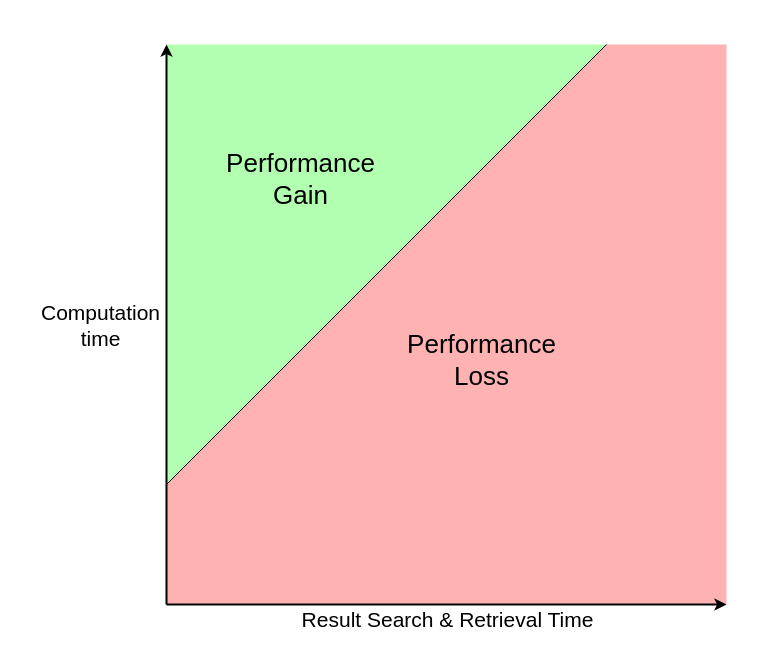
Before: 제목 없는 다이어그램.drawio in rladbtls1998/public_temp, a draw.io diagram. Source tidied: cells renumbered, new cells numbered last; positions are measured from the earlier drawing's top-left corner, leaving out a move shared by most shapes. Both pictures are drawn from the tidied source at 100%, with x=0, y=0 at pixel (166, 44).
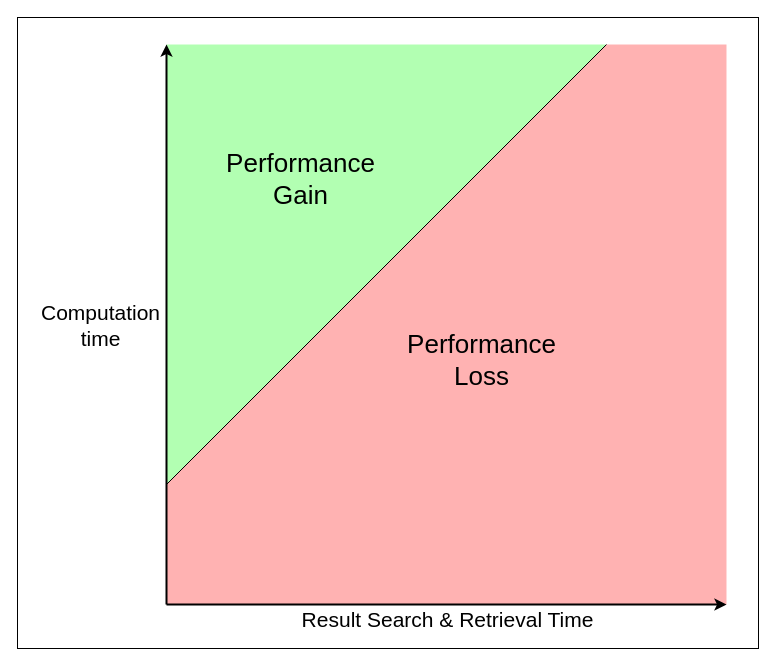
The same page after the edit.

Commit message (it also covers changes not shown here):
제목 없는 다이어그램.drawio 업데이트

Change to the diagram source:
```diff
@@
 <mxGraphModel>
   <root>
     <mxCell id="0" />
     <mxCell id="1" parent="0" />
+    <mxCell id="11" style="rounded=0;whiteSpace=wrap;html=1;" parent="1" vertex="1">
+      <mxGeometry x="-149" y="-27" width="741" height="631" as="geometry" />
+    </mxCell>
     <mxCell id="2" style="shape=card;whiteSpace=wrap;html=1;size=440;strokeColor=none;fillColor=#FF0000;opacity=30;" parent="1" vertex="1">
       <mxGeometry width="560" height="560" as="geometry" />
     </mxCell>
     <mxCell id="3" style="shape=manualInput;whiteSpace=wrap;html=1;size=440;rotation=-180;strokeColor=none;fillColor=#00FF00;opacity=30;" parent="1" vertex="1">
       <mxGeometry width="440" height="440" as="geometry" />
     </mxCell>
     <mxCell id="4" style="endArrow=classic;html=1;rounded=0;endFill=1;strokeWidth=2;" parent="1" edge="1">
       <mxGeometry relative="1" as="geometry">
         <mxPoint y="560" as="sourcePoint" />
         <mxPoint as="targetPoint" />
       </mxGeometry>
     </mxCell>
     <mxCell id="5" value="Computation&lt;div style=&quot;font-size: 21px;&quot;&gt;time&lt;/div&gt;" style="edgeLabel;html=1;align=center;verticalAlign=middle;fontSize=21;" parent="4" vertex="1">
       <mxGeometry relative="1" as="geometry">
         <mxPoint x="-67" as="offset" />
       </mxGeometry>
     </mxCell>
     <mxCell id="6" style="endArrow=classic;html=1;rounded=0;endFill=1;strokeWidth=2;" parent="1" edge="1">
       <mxGeometry relative="1" as="geometry">
         <mxPoint y="560" as="sourcePoint" />
         <mxPoint x="560" y="560" as="targetPoint" />
       </mxGeometry>
     </mxCell>
     <mxCell id="7" value="Result Search &amp;amp; Retrieval Time" style="edgeLabel;html=1;align=center;verticalAlign=middle;fontSize=21;" parent="6" vertex="1">
       <mxGeometry relative="1" as="geometry">
         <mxPoint y="14" as="offset" />
       </mxGeometry>
     </mxCell>
     <mxCell id="8" style="endArrow=none;html=1;rounded=0;endFill=0;strokeWidth=1;" parent="1" edge="1">
       <mxGeometry relative="1" as="geometry">
         <mxPoint y="440" as="sourcePoint" />
         <mxPoint x="440" as="targetPoint" />
       </mxGeometry>
     </mxCell>
     <mxCell id="9" value="Performance&lt;br style=&quot;font-size: 26px;&quot;&gt;Gain" style="edgeLabel;html=1;align=center;verticalAlign=middle;fontSize=26;fontColor=#000000;labelBackgroundColor=none;" parent="8" vertex="1">
       <mxGeometry relative="1" as="geometry">
         <mxPoint x="-86" y="-86" as="offset" />
       </mxGeometry>
     </mxCell>
     <mxCell id="10" value="&lt;font style=&quot;font-size: 26px;&quot;&gt;Performance&lt;br&gt;Loss&lt;/font&gt;" style="edgeLabel;html=1;align=center;verticalAlign=middle;fontSize=26;labelBackgroundColor=none;" parent="8" vertex="1">
       <mxGeometry relative="1" as="geometry">
         <mxPoint x="95" y="95" as="offset" />
       </mxGeometry>
     </mxCell>
   </root>
 </mxGraphModel>
```
